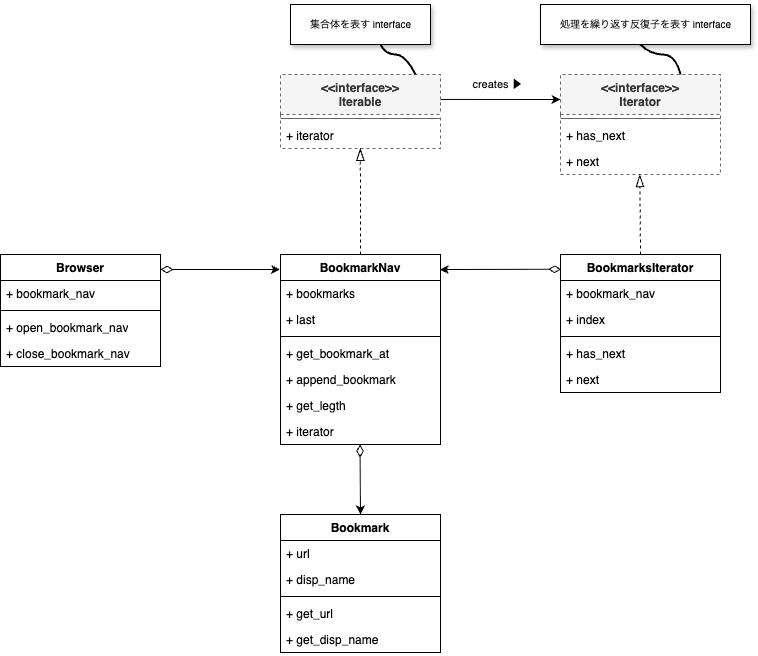
Earlier version of the draw.io export uml/iterator.drawio.png (yamaga-shu/design-pattern-ruby). Source tidied: cells renumbered, new cells last; positions are measured from the earlier drawing's top-left corner, leaving out a move shared by most shapes.
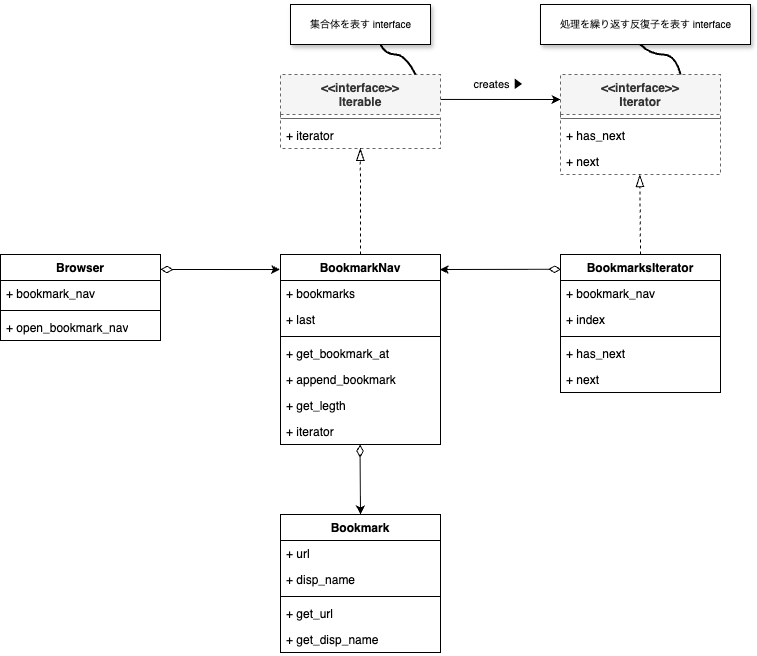
The same file after the commit.

Commit message:
Remove close_bookmark_nav

The edit, as a diff of the source:
```diff
@@ -109,7 +109,7 @@
       <mxGeometry relative="1" as="geometry" />
     </mxCell>
     <mxCell id="36" value="Browser" style="swimlane;fontStyle=1;align=center;verticalAlign=top;horizontal=1;startSize=26;whiteSpace=wrap;html=1;" parent="1" vertex="1">
-      <mxGeometry y="250" width="160" height="112" as="geometry" />
+      <mxGeometry y="250" width="160" height="86" as="geometry" />
     </mxCell>
     <mxCell id="37" value="+ bookmark_nav" style="text;strokeColor=none;fillColor=none;align=left;verticalAlign=top;spacingLeft=4;spacingRight=4;overflow=hidden;whiteSpace=wrap;html=1;" parent="36" vertex="1">
       <mxGeometry y="26" width="160" height="26" as="geometry" />
@@ -120,9 +120,6 @@
     <mxCell id="39" value="+ open_bookmark_nav" style="text;strokeColor=none;fillColor=none;align=left;verticalAlign=top;spacingLeft=4;spacingRight=4;overflow=hidden;whiteSpace=wrap;html=1;" parent="36" vertex="1">
       <mxGeometry y="60" width="160" height="26" as="geometry" />
     </mxCell>
-    <mxCell id="40" value="+ close_bookmark_nav" style="text;strokeColor=none;fillColor=none;align=left;verticalAlign=top;spacingLeft=4;spacingRight=4;overflow=hidden;whiteSpace=wrap;html=1;" parent="36" vertex="1">
-      <mxGeometry y="86" width="160" height="26" as="geometry" />
-    </mxCell>
     <mxCell id="41" value="Comment" parent="0" />
     <mxCell id="42" style="group;" parent="41" vertex="1">
       <mxGeometry x="290" width="140" height="40" as="geometry" />
```
